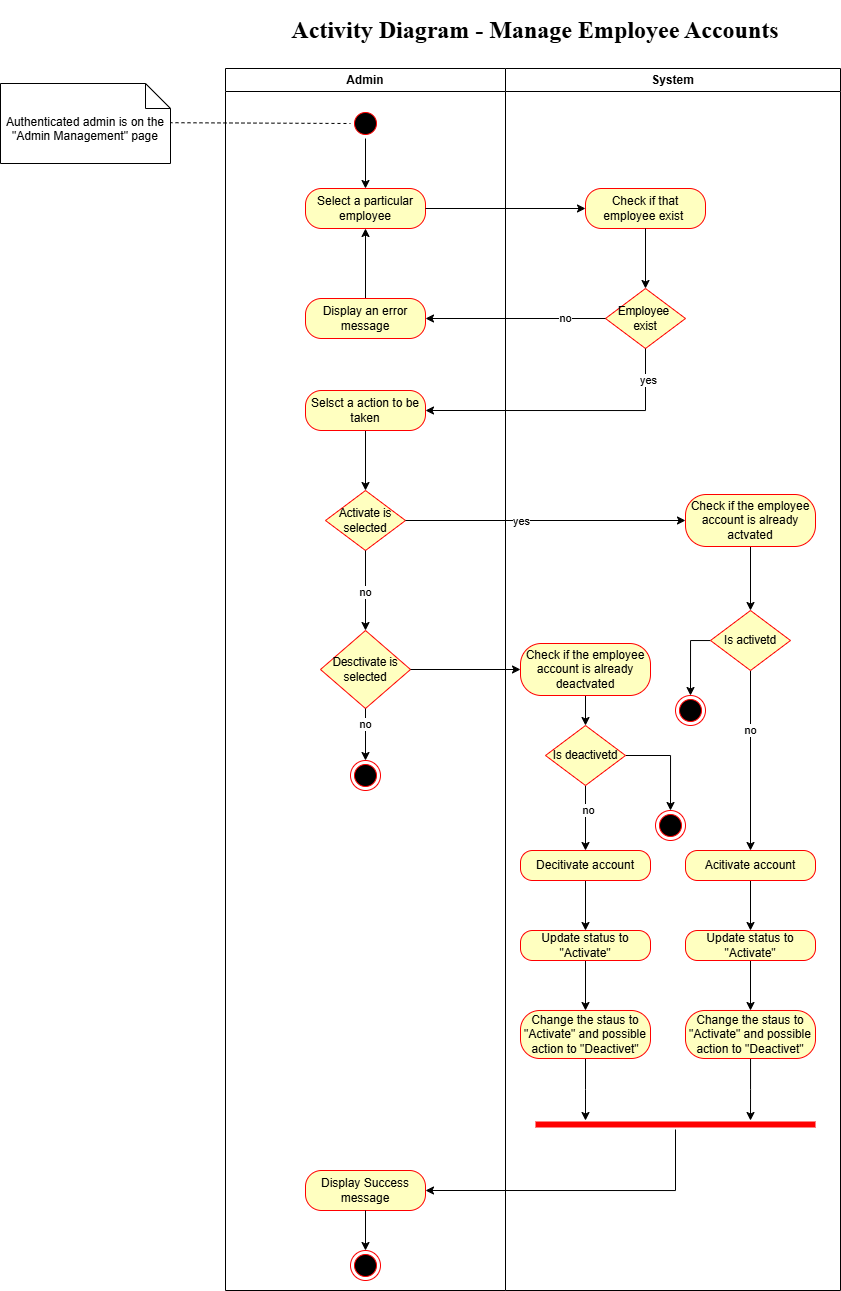
Before: Design/Proposed/Activity Diagrams/Toggle_Procut_Visibility_Activity.png, a diagram exported from draw.io (Hashan-Samarakkody/Cmax_Online_Store). Source tidied: cells renumbered, new cells last; positions are measured from the earlier drawing's top-left corner, leaving out a move shared by most shapes.
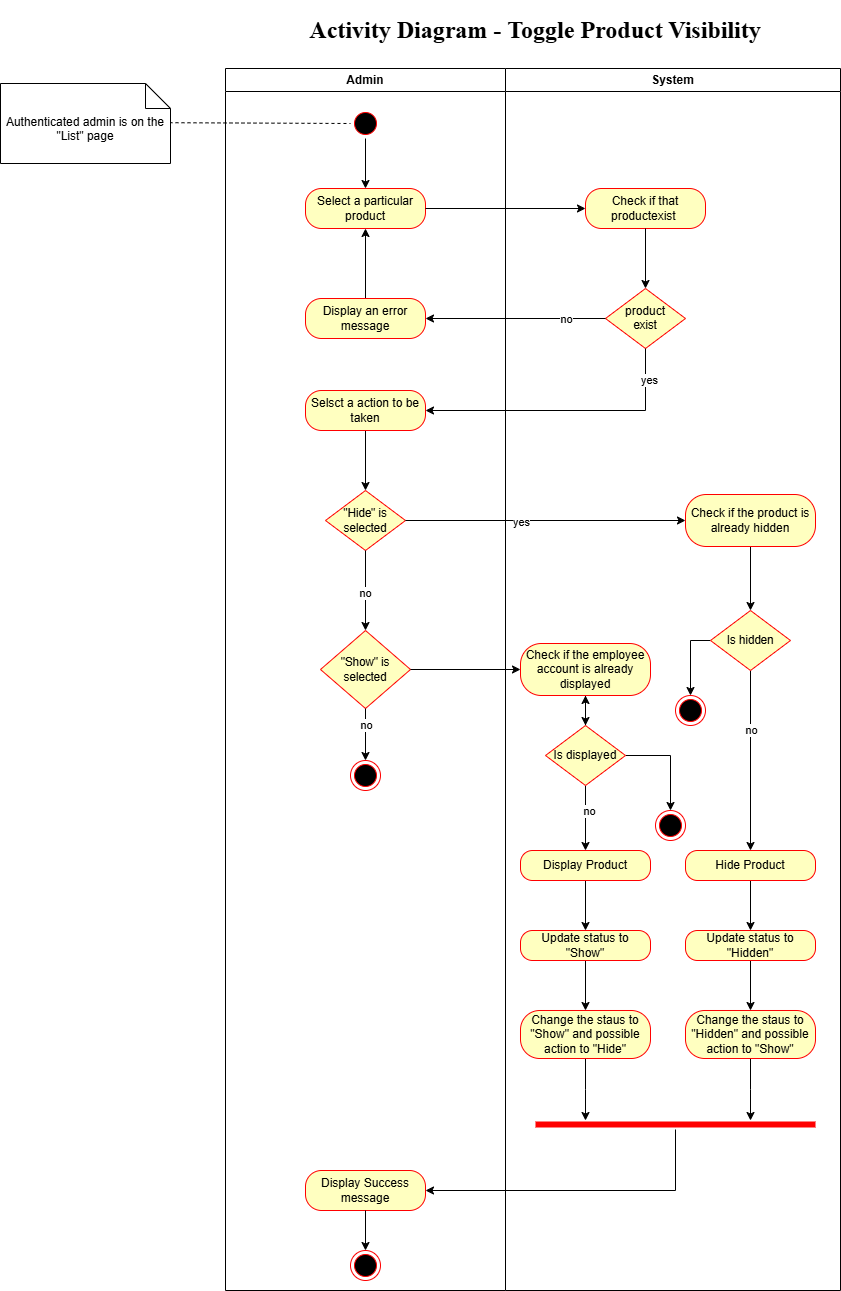
The same file after the commit.

Commit message:
Add deployment diagram

Change to the diagram source:
```diff
@@ -11,7 +11,7 @@
     <mxCell id="4" style="ellipse;shape=startState;fillColor=#000000;strokeColor=#ff0000;" parent="2" vertex="1">
       <mxGeometry x="125" y="40" width="30" height="30" as="geometry" />
     </mxCell>
-    <mxCell id="5" value="Select a particular employee" style="rounded=1;whiteSpace=wrap;html=1;arcSize=40;fontColor=#000000;fillColor=#ffffc0;strokeColor=#ff0000;" parent="2" vertex="1">
+    <mxCell id="5" value="Select a particular product" style="rounded=1;whiteSpace=wrap;html=1;arcSize=40;fontColor=#000000;fillColor=#ffffc0;strokeColor=#ff0000;" parent="2" vertex="1">
       <mxGeometry x="80" y="120" width="120" height="40" as="geometry" />
     </mxCell>
     <mxCell id="6" style="edgeStyle=orthogonalEdgeStyle;rounded=0;jettySize=auto;html=1;" parent="2" edge="1" source="7" target="5">
@@ -26,7 +26,7 @@
     <mxCell id="9" value="Selsct a action to be taken" style="rounded=1;whiteSpace=wrap;html=1;arcSize=40;fontColor=#000000;fillColor=#ffffc0;strokeColor=#ff0000;" parent="2" vertex="1">
       <mxGeometry x="80" y="322" width="120" height="40" as="geometry" />
     </mxCell>
-    <mxCell id="10" value="&lt;span style=&quot;font-size: 11.5px;&quot;&gt;Activate is selected&lt;/span&gt;" style="rhombus;whiteSpace=wrap;html=1;fontColor=#000000;fillColor=#ffffc0;strokeColor=#ff0000;" parent="2" vertex="1">
+    <mxCell id="10" value="&lt;span style=&quot;font-size: 11.5px;&quot;&gt;&quot;Hide&quot; is selected&lt;/span&gt;" style="rhombus;whiteSpace=wrap;html=1;fontColor=#000000;fillColor=#ffffc0;strokeColor=#ff0000;" parent="2" vertex="1">
       <mxGeometry x="100" y="422" width="80" height="60" as="geometry" />
     </mxCell>
     <mxCell id="11" style="edgeStyle=orthogonalEdgeStyle;rounded=0;jettySize=auto;html=1;exitX=0.5;exitY=1;exitDx=0;exitDy=0;" parent="2" edge="1" source="10">
@@ -37,7 +37,7 @@
     <mxCell id="12" value="no" style="edgeLabel;html=1;align=center;verticalAlign=middle;" parent="11" vertex="1">
       <mxGeometry x="0.06" y="-1" relative="1" as="geometry" />
     </mxCell>
-    <mxCell id="13" value="&lt;span style=&quot;font-size: 11.5px;&quot;&gt;Desctivate is selected&lt;/span&gt;" style="rhombus;whiteSpace=wrap;html=1;fontColor=#000000;fillColor=#ffffc0;strokeColor=#ff0000;" parent="2" vertex="1">
+    <mxCell id="13" value="&lt;span style=&quot;font-size: 11.5px;&quot;&gt;&quot;Show&quot; is selected&lt;/span&gt;" style="rhombus;whiteSpace=wrap;html=1;fontColor=#000000;fillColor=#ffffc0;strokeColor=#ff0000;" parent="2" vertex="1">
       <mxGeometry x="95" y="562" width="90" height="78" as="geometry" />
     </mxCell>
     <mxCell id="14" style="ellipse;html=1;shape=endState;fillColor=#000000;strokeColor=#ff0000;" parent="2" vertex="1">
@@ -55,10 +55,10 @@
     <mxCell id="18" value="System" style="swimlane;whiteSpace=wrap;swimlaneFillColor=default;" parent="1" vertex="1">
       <mxGeometry x="505" y="58" width="335" height="1222" as="geometry" />
     </mxCell>
-    <mxCell id="19" value="Check if that employee exist&amp;nbsp;" style="rounded=1;whiteSpace=wrap;html=1;arcSize=40;fontColor=#000000;fillColor=#ffffc0;strokeColor=#ff0000;" parent="18" vertex="1">
+    <mxCell id="19" value="Check if that productexist&amp;nbsp;" style="rounded=1;whiteSpace=wrap;html=1;arcSize=40;fontColor=#000000;fillColor=#ffffc0;strokeColor=#ff0000;" parent="18" vertex="1">
       <mxGeometry x="80" y="120" width="120" height="40" as="geometry" />
     </mxCell>
-    <mxCell id="20" value="&lt;font style=&quot;font-size: 11.5px;&quot;&gt;Employee&amp;nbsp;&lt;/font&gt;&lt;div&gt;&lt;font style=&quot;font-size: 11.5px;&quot;&gt;exist&lt;/font&gt;&lt;/div&gt;" style="rhombus;whiteSpace=wrap;html=1;fontColor=#000000;fillColor=#ffffc0;strokeColor=#ff0000;" parent="18" vertex="1">
+    <mxCell id="20" value="product&lt;br&gt;&lt;div&gt;&lt;font style=&quot;font-size: 11.5px;&quot;&gt;exist&lt;/font&gt;&lt;/div&gt;" style="rhombus;whiteSpace=wrap;html=1;fontColor=#000000;fillColor=#ffffc0;strokeColor=#ff0000;" parent="18" vertex="1">
       <mxGeometry x="100" y="220" width="80" height="60" as="geometry" />
     </mxCell>
     <mxCell id="21" style="edgeStyle=orthogonalEdgeStyle;rounded=0;jettySize=auto;html=1;" parent="18" edge="1" source="19" target="20">
@@ -67,7 +67,7 @@
     <mxCell id="22" style="edgeStyle=orthogonalEdgeStyle;rounded=0;jettySize=auto;html=1;entryX=0.5;entryY=0;entryDx=0;entryDy=0;" parent="18" edge="1" source="23" target="27">
       <mxGeometry relative="1" as="geometry" />
     </mxCell>
-    <mxCell id="23" value="Check if the employee account is already actvated" style="rounded=1;whiteSpace=wrap;html=1;arcSize=40;fontColor=#000000;fillColor=#ffffc0;strokeColor=#ff0000;" parent="18" vertex="1">
+    <mxCell id="23" value="Check if the product is already hidden" style="rounded=1;whiteSpace=wrap;html=1;arcSize=40;fontColor=#000000;fillColor=#ffffc0;strokeColor=#ff0000;" parent="18" vertex="1">
       <mxGeometry x="180" y="426" width="130" height="52" as="geometry" />
     </mxCell>
     <mxCell id="24" style="edgeStyle=orthogonalEdgeStyle;rounded=0;jettySize=auto;html=1;" parent="18" edge="1" source="27" target="29">
@@ -79,19 +79,19 @@
     <mxCell id="26" style="edgeStyle=orthogonalEdgeStyle;rounded=0;jettySize=auto;html=1;entryX=0.5;entryY=0;entryDx=0;entryDy=0;" parent="18" edge="1" source="27" target="48">
       <mxGeometry relative="1" as="geometry" />
     </mxCell>
-    <mxCell id="27" value="&lt;span style=&quot;font-size: 11.5px;&quot;&gt;Is activetd&lt;/span&gt;" style="rhombus;whiteSpace=wrap;html=1;fontColor=#000000;fillColor=#ffffc0;strokeColor=#ff0000;" parent="18" vertex="1">
+    <mxCell id="27" value="&lt;span style=&quot;font-size: 11.5px;&quot;&gt;Is hidden&lt;/span&gt;" style="rhombus;whiteSpace=wrap;html=1;fontColor=#000000;fillColor=#ffffc0;strokeColor=#ff0000;" parent="18" vertex="1">
       <mxGeometry x="205" y="542" width="80" height="60" as="geometry" />
     </mxCell>
     <mxCell id="28" style="edgeStyle=orthogonalEdgeStyle;rounded=0;jettySize=auto;html=1;" parent="18" edge="1" source="29" target="40">
       <mxGeometry relative="1" as="geometry" />
     </mxCell>
-    <mxCell id="29" value="Acitivate account" style="rounded=1;whiteSpace=wrap;html=1;arcSize=40;fontColor=#000000;fillColor=#ffffc0;strokeColor=#ff0000;" parent="18" vertex="1">
+    <mxCell id="29" value="Hide Product" style="rounded=1;whiteSpace=wrap;html=1;arcSize=40;fontColor=#000000;fillColor=#ffffc0;strokeColor=#ff0000;" parent="18" vertex="1">
       <mxGeometry x="180" y="782" width="130" height="30" as="geometry" />
     </mxCell>
     <mxCell id="30" style="edgeStyle=orthogonalEdgeStyle;rounded=0;jettySize=auto;html=1;entryX=0.5;entryY=0;entryDx=0;entryDy=0;" parent="18" edge="1" source="31" target="35">
       <mxGeometry relative="1" as="geometry" />
     </mxCell>
-    <mxCell id="31" value="Check if the employee account is already deactvated" style="rounded=1;whiteSpace=wrap;html=1;arcSize=40;fontColor=#000000;fillColor=#ffffc0;strokeColor=#ff0000;" parent="18" vertex="1">
+    <mxCell id="31" value="Check if the employee account is already displayed" style="rounded=1;whiteSpace=wrap;html=1;arcSize=40;fontColor=#000000;fillColor=#ffffc0;strokeColor=#ff0000;" parent="18" vertex="1">
       <mxGeometry x="15" y="575" width="130" height="52" as="geometry" />
     </mxCell>
     <mxCell id="32" style="edgeStyle=orthogonalEdgeStyle;rounded=0;jettySize=auto;html=1;" parent="18" edge="1" source="35" target="42">
@@ -103,7 +103,10 @@
     <mxCell id="34" style="edgeStyle=orthogonalEdgeStyle;rounded=0;jettySize=auto;html=1;" parent="18" edge="1" source="35" target="47">
       <mxGeometry relative="1" as="geometry" />
     </mxCell>
+    <mxCell id="63" style="edgeStyle=orthogonalEdgeStyle;rounded=0;jettySize=auto;html=1;" parent="18" edge="1" source="35" target="31">
+      <mxGeometry relative="1" as="geometry" />
+    </mxCell>
-    <mxCell id="35" value="&lt;span style=&quot;font-size: 11.5px;&quot;&gt;Is deactivetd&lt;/span&gt;" style="rhombus;whiteSpace=wrap;html=1;fontColor=#000000;fillColor=#ffffc0;strokeColor=#ff0000;" parent="18" vertex="1">
+    <mxCell id="35" value="&lt;span style=&quot;font-size: 11.5px;&quot;&gt;Is&amp;nbsp;&lt;/span&gt;displayed" style="rhombus;whiteSpace=wrap;html=1;fontColor=#000000;fillColor=#ffffc0;strokeColor=#ff0000;" parent="18" vertex="1">
       <mxGeometry x="40" y="657" width="80" height="60" as="geometry" />
     </mxCell>
     <mxCell id="36" style="ellipse;html=1;shape=endState;fillColor=#000000;strokeColor=#ff0000;" parent="18" vertex="1">
@@ -114,25 +117,25 @@
         <mxPoint x="245" y="1052" as="targetPoint" />
       </mxGeometry>
     </mxCell>
-    <mxCell id="38" value="Change the staus to &quot;Activate&quot; and possible action to &quot;Deactivet&quot;" style="rounded=1;whiteSpace=wrap;html=1;arcSize=40;fontColor=#000000;fillColor=#ffffc0;strokeColor=#ff0000;" parent="18" vertex="1">
+    <mxCell id="38" value="Change the staus to &quot;Hidden&quot; and possible action to &quot;Show&quot;" style="rounded=1;whiteSpace=wrap;html=1;arcSize=40;fontColor=#000000;fillColor=#ffffc0;strokeColor=#ff0000;" parent="18" vertex="1">
       <mxGeometry x="180" y="942" width="130" height="48" as="geometry" />
     </mxCell>
     <mxCell id="39" style="edgeStyle=orthogonalEdgeStyle;rounded=0;jettySize=auto;html=1;entryX=0.5;entryY=0;entryDx=0;entryDy=0;" parent="18" edge="1" source="40" target="38">
       <mxGeometry relative="1" as="geometry" />
     </mxCell>
-    <mxCell id="40" value="Update status to &quot;Activate&quot;" style="rounded=1;whiteSpace=wrap;html=1;arcSize=40;fontColor=#000000;fillColor=#ffffc0;strokeColor=#ff0000;" parent="18" vertex="1">
+    <mxCell id="40" value="Update status to &quot;Hidden&quot;" style="rounded=1;whiteSpace=wrap;html=1;arcSize=40;fontColor=#000000;fillColor=#ffffc0;strokeColor=#ff0000;" parent="18" vertex="1">
       <mxGeometry x="180" y="862" width="130" height="30" as="geometry" />
     </mxCell>
     <mxCell id="41" style="edgeStyle=orthogonalEdgeStyle;rounded=0;jettySize=auto;html=1;" parent="18" edge="1" source="42" target="44">
       <mxGeometry relative="1" as="geometry" />
     </mxCell>
-    <mxCell id="42" value="Decitivate account" style="rounded=1;whiteSpace=wrap;html=1;arcSize=40;fontColor=#000000;fillColor=#ffffc0;strokeColor=#ff0000;" parent="18" vertex="1">
+    <mxCell id="42" value="Display Product" style="rounded=1;whiteSpace=wrap;html=1;arcSize=40;fontColor=#000000;fillColor=#ffffc0;strokeColor=#ff0000;" parent="18" vertex="1">
       <mxGeometry x="15" y="782" width="130" height="30" as="geometry" />
     </mxCell>
     <mxCell id="43" style="edgeStyle=orthogonalEdgeStyle;rounded=0;jettySize=auto;html=1;" parent="18" edge="1" source="44" target="46">
       <mxGeometry relative="1" as="geometry" />
     </mxCell>
-    <mxCell id="44" value="Update status to &quot;Activate&quot;" style="rounded=1;whiteSpace=wrap;html=1;arcSize=40;fontColor=#000000;fillColor=#ffffc0;strokeColor=#ff0000;" parent="18" vertex="1">
+    <mxCell id="44" value="Update status to &quot;Show&quot;" style="rounded=1;whiteSpace=wrap;html=1;arcSize=40;fontColor=#000000;fillColor=#ffffc0;strokeColor=#ff0000;" parent="18" vertex="1">
       <mxGeometry x="15" y="862" width="130" height="30" as="geometry" />
     </mxCell>
     <mxCell id="45" style="edgeStyle=orthogonalEdgeStyle;rounded=0;jettySize=auto;html=1;" parent="18" edge="1" source="46">
@@ -140,7 +143,7 @@
         <mxPoint x="80" y="1052" as="targetPoint" />
       </mxGeometry>
     </mxCell>
-    <mxCell id="46" value="Change the staus to &quot;Activate&quot; and possible action to &quot;Deactivet&quot;" style="rounded=1;whiteSpace=wrap;html=1;arcSize=40;fontColor=#000000;fillColor=#ffffc0;strokeColor=#ff0000;" parent="18" vertex="1">
+    <mxCell id="46" value="Change the staus to &quot;Show&quot; and possible action to &quot;Hide&quot;" style="rounded=1;whiteSpace=wrap;html=1;arcSize=40;fontColor=#000000;fillColor=#ffffc0;strokeColor=#ff0000;" parent="18" vertex="1">
       <mxGeometry x="15" y="942" width="130" height="48" as="geometry" />
     </mxCell>
     <mxCell id="47" style="ellipse;html=1;shape=endState;fillColor=#000000;strokeColor=#ff0000;" parent="18" vertex="1">
@@ -161,13 +164,13 @@
     <mxCell id="52" value="no" style="edgeLabel;html=1;align=center;verticalAlign=middle;" parent="51" vertex="1">
       <mxGeometry x="-0.56" relative="1" as="geometry" />
     </mxCell>
-    <mxCell id="53" value="&lt;h1&gt;&lt;font&gt;&lt;font style=&quot;&quot; face=&quot;Times New Roman&quot;&gt;Activity Diagram -&amp;nbsp;&lt;/font&gt;&lt;span style=&quot;font-family: &amp;quot;Times New Roman&amp;quot;, serif; text-indent: -0.5in; background-color: transparent; color: light-dark(rgb(0, 0, 0), rgb(255, 255, 255));&quot;&gt;Manage Employee Accounts&lt;/span&gt;&lt;/font&gt;&lt;/h1&gt;" style="text;html=1;align=center;verticalAlign=middle;whiteSpace=wrap;rounded=0;" parent="1" vertex="1">
+    <mxCell id="53" value="&lt;h1&gt;&lt;font&gt;&lt;font style=&quot;&quot; face=&quot;Times New Roman&quot;&gt;Activity Diagram -&amp;nbsp;&lt;/font&gt;&lt;span style=&quot;font-family: &amp;quot;Times New Roman&amp;quot;, serif; text-indent: -0.5in; background-color: transparent; color: light-dark(rgb(0, 0, 0), rgb(255, 255, 255));&quot;&gt;Toggle Product Visibility&lt;/span&gt;&lt;/font&gt;&lt;/h1&gt;" style="text;html=1;align=center;verticalAlign=middle;whiteSpace=wrap;rounded=0;" parent="1" vertex="1">
       <mxGeometry x="280" width="510" height="40" as="geometry" />
     </mxCell>
     <mxCell id="54" style="endArrow=none;dashed=1;html=1;rounded=0;entryX=0;entryY=0.5;entryDx=0;entryDy=0;exitX=0.994;exitY=0.49;exitDx=0;exitDy=0;exitPerimeter=0;" parent="1" edge="1" source="55" target="4">
       <mxGeometry relative="1" as="geometry" />
     </mxCell>
-    <mxCell id="55" value="Authenticated admin is on the &quot;Admin Management&quot; page" style="shape=note2;boundedLbl=1;whiteSpace=wrap;html=1;size=25;verticalAlign=top;align=center;" parent="1" vertex="1">
+    <mxCell id="55" value="Authenticated admin is on the &quot;List&quot; page" style="shape=note2;boundedLbl=1;whiteSpace=wrap;html=1;size=25;verticalAlign=top;align=center;" parent="1" vertex="1">
       <mxGeometry y="73" width="170" height="80" as="geometry" />
     </mxCell>
     <mxCell id="56" style="edgeStyle=orthogonalEdgeStyle;rounded=0;jettySize=auto;html=1;entryX=1;entryY=0.5;entryDx=0;entryDy=0;" parent="1" edge="1" source="20" target="9">
```
